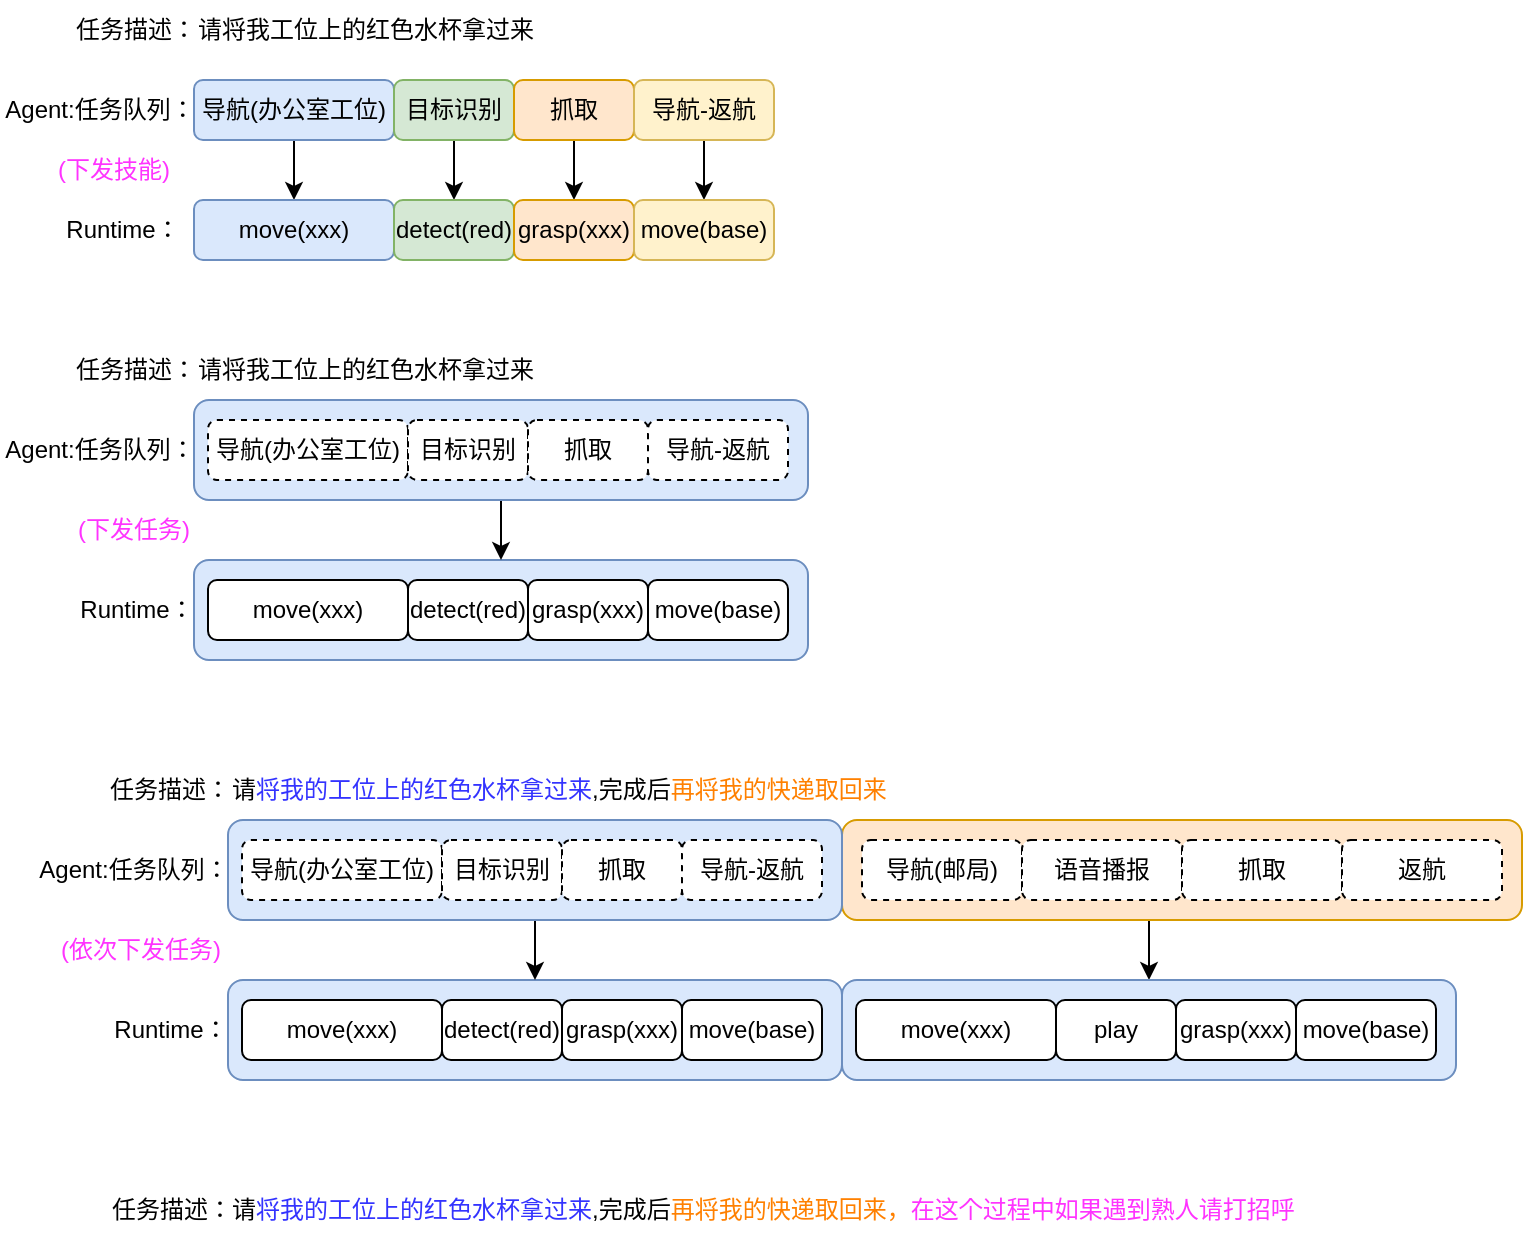
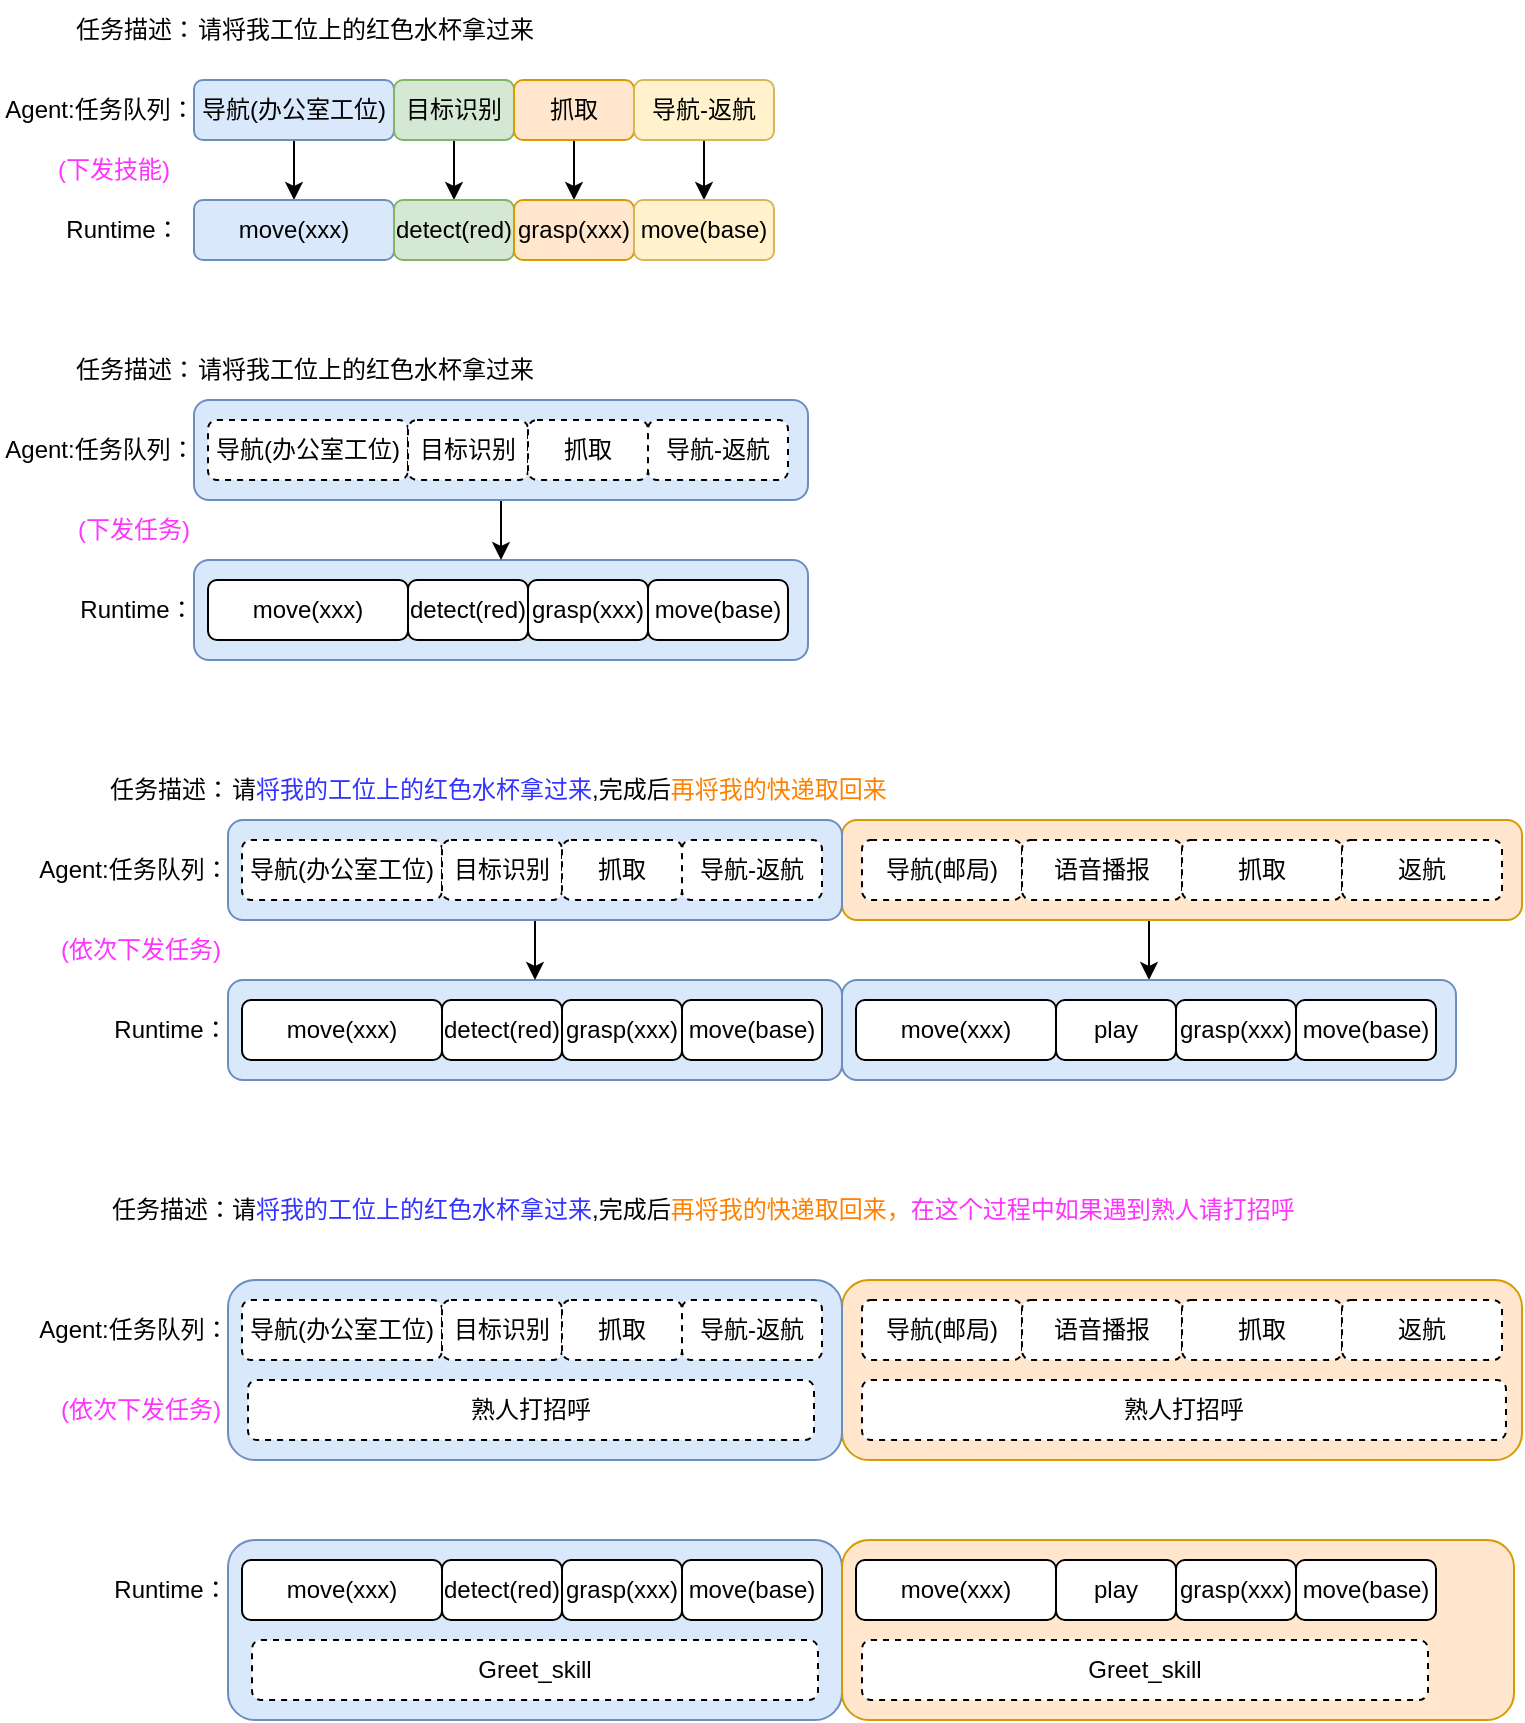
<mxfile host="app.diagrams.net">
  <diagram name="第 1 页" id="AqDmRzZVIJ-5uyctXJOA">
    <mxGraphModel dx="1120" dy="637" grid="1" gridSize="10" guides="1" tooltips="1" connect="1" arrows="1" fold="1" page="1" pageScale="1" pageWidth="2339" pageHeight="3300" math="0" shadow="0">
      <root>
        <mxCell id="0" />
        <mxCell id="1" parent="0" />
        <mxCell id="TX6EBbOIm9mCNyf-wsjQ-69" edge="1" parent="1" source="TX6EBbOIm9mCNyf-wsjQ-63" style="edgeStyle=orthogonalEdgeStyle;rounded=0;orthogonalLoop=1;jettySize=auto;html=1;exitX=0.5;exitY=1;exitDx=0;exitDy=0;entryX=0.5;entryY=0;entryDx=0;entryDy=0;" target="TX6EBbOIm9mCNyf-wsjQ-64">
          <mxGeometry relative="1" as="geometry" />
        </mxCell>
        <mxCell id="TX6EBbOIm9mCNyf-wsjQ-63" parent="1" style="rounded=1;whiteSpace=wrap;html=1;fillColor=#ffe6cc;strokeColor=#d79b00;" value="" vertex="1">
          <mxGeometry height="50" width="340" x="444" y="740" as="geometry" />
        </mxCell>
        <mxCell id="TX6EBbOIm9mCNyf-wsjQ-37" parent="1" style="rounded=1;whiteSpace=wrap;html=1;fillColor=#dae8fc;strokeColor=#6c8ebf;" value="" vertex="1">
          <mxGeometry height="50" width="307" x="120" y="610" as="geometry" />
        </mxCell>
        <mxCell id="TX6EBbOIm9mCNyf-wsjQ-38" edge="1" parent="1" source="TX6EBbOIm9mCNyf-wsjQ-36" style="edgeStyle=orthogonalEdgeStyle;rounded=0;orthogonalLoop=1;jettySize=auto;html=1;exitX=0.5;exitY=1;exitDx=0;exitDy=0;entryX=0.5;entryY=0;entryDx=0;entryDy=0;" target="TX6EBbOIm9mCNyf-wsjQ-37">
          <mxGeometry relative="1" as="geometry" />
        </mxCell>
        <mxCell id="TX6EBbOIm9mCNyf-wsjQ-36" parent="1" style="rounded=1;whiteSpace=wrap;html=1;fillColor=#dae8fc;strokeColor=#6c8ebf;" value="" vertex="1">
          <mxGeometry height="50" width="307" x="120" y="530" as="geometry" />
        </mxCell>
        <mxCell id="TX6EBbOIm9mCNyf-wsjQ-15" edge="1" parent="1" source="TX6EBbOIm9mCNyf-wsjQ-1" style="edgeStyle=orthogonalEdgeStyle;rounded=0;orthogonalLoop=1;jettySize=auto;html=1;exitX=0.5;exitY=1;exitDx=0;exitDy=0;entryX=0.5;entryY=0;entryDx=0;entryDy=0;" target="TX6EBbOIm9mCNyf-wsjQ-11">
          <mxGeometry relative="1" as="geometry" />
        </mxCell>
        <mxCell id="TX6EBbOIm9mCNyf-wsjQ-1" parent="1" style="rounded=1;whiteSpace=wrap;html=1;fillColor=#dae8fc;strokeColor=#6c8ebf;" value="导航(办公室工位)" vertex="1">
          <mxGeometry height="30" width="100" x="120" y="370" as="geometry" />
        </mxCell>
        <mxCell id="TX6EBbOIm9mCNyf-wsjQ-2" parent="1" style="text;html=1;whiteSpace=wrap;strokeColor=none;fillColor=none;align=center;verticalAlign=middle;rounded=0;" value="Agent:任务队列：" vertex="1">
          <mxGeometry height="30" width="100" x="23" y="370" as="geometry" />
        </mxCell>
        <mxCell id="TX6EBbOIm9mCNyf-wsjQ-3" parent="1" style="text;html=1;whiteSpace=wrap;strokeColor=none;fillColor=none;align=center;verticalAlign=middle;rounded=0;" value="任务描述：" vertex="1">
          <mxGeometry height="30" width="70" x="56" y="330" as="geometry" />
        </mxCell>
        <mxCell id="TX6EBbOIm9mCNyf-wsjQ-4" parent="1" style="text;html=1;whiteSpace=wrap;strokeColor=none;fillColor=none;align=left;verticalAlign=middle;rounded=0;" value="请将我工位上的红色水杯拿过来" vertex="1">
          <mxGeometry height="30" width="220" x="120" y="330" as="geometry" />
        </mxCell>
        <mxCell id="TX6EBbOIm9mCNyf-wsjQ-16" edge="1" parent="1" source="TX6EBbOIm9mCNyf-wsjQ-5" style="edgeStyle=orthogonalEdgeStyle;rounded=0;orthogonalLoop=1;jettySize=auto;html=1;exitX=0.5;exitY=1;exitDx=0;exitDy=0;entryX=0.5;entryY=0;entryDx=0;entryDy=0;" target="TX6EBbOIm9mCNyf-wsjQ-12">
          <mxGeometry relative="1" as="geometry" />
        </mxCell>
        <mxCell id="TX6EBbOIm9mCNyf-wsjQ-5" parent="1" style="rounded=1;whiteSpace=wrap;html=1;fillColor=#d5e8d4;strokeColor=#82b366;" value="目标识别" vertex="1">
          <mxGeometry height="30" width="60" x="220" y="370" as="geometry" />
        </mxCell>
        <mxCell id="TX6EBbOIm9mCNyf-wsjQ-17" edge="1" parent="1" source="TX6EBbOIm9mCNyf-wsjQ-6" style="edgeStyle=orthogonalEdgeStyle;rounded=0;orthogonalLoop=1;jettySize=auto;html=1;exitX=0.5;exitY=1;exitDx=0;exitDy=0;entryX=0.5;entryY=0;entryDx=0;entryDy=0;" target="TX6EBbOIm9mCNyf-wsjQ-13">
          <mxGeometry relative="1" as="geometry" />
        </mxCell>
        <mxCell id="TX6EBbOIm9mCNyf-wsjQ-6" parent="1" style="rounded=1;whiteSpace=wrap;html=1;fillColor=#ffe6cc;strokeColor=#d79b00;" value="抓取" vertex="1">
          <mxGeometry height="30" width="60" x="280" y="370" as="geometry" />
        </mxCell>
        <mxCell id="TX6EBbOIm9mCNyf-wsjQ-18" edge="1" parent="1" source="TX6EBbOIm9mCNyf-wsjQ-7" style="edgeStyle=orthogonalEdgeStyle;rounded=0;orthogonalLoop=1;jettySize=auto;html=1;exitX=0.5;exitY=1;exitDx=0;exitDy=0;entryX=0.5;entryY=0;entryDx=0;entryDy=0;" target="TX6EBbOIm9mCNyf-wsjQ-14">
          <mxGeometry relative="1" as="geometry" />
        </mxCell>
        <mxCell id="TX6EBbOIm9mCNyf-wsjQ-7" parent="1" style="rounded=1;whiteSpace=wrap;html=1;fillColor=#fff2cc;strokeColor=#d6b656;" value="导航-返航" vertex="1">
          <mxGeometry height="30" width="70" x="340" y="370" as="geometry" />
        </mxCell>
        <mxCell id="TX6EBbOIm9mCNyf-wsjQ-8" parent="1" style="text;html=1;whiteSpace=wrap;strokeColor=none;fillColor=none;align=center;verticalAlign=middle;rounded=0;" value="Runtime：" vertex="1">
          <mxGeometry height="30" width="57" x="56" y="430" as="geometry" />
        </mxCell>
        <mxCell id="TX6EBbOIm9mCNyf-wsjQ-11" parent="1" style="rounded=1;whiteSpace=wrap;html=1;fillColor=#dae8fc;strokeColor=#6c8ebf;" value="move(xxx)" vertex="1">
          <mxGeometry height="30" width="100" x="120" y="430" as="geometry" />
        </mxCell>
        <mxCell id="TX6EBbOIm9mCNyf-wsjQ-12" parent="1" style="rounded=1;whiteSpace=wrap;html=1;fillColor=#d5e8d4;strokeColor=#82b366;" value="detect(red)" vertex="1">
          <mxGeometry height="30" width="60" x="220" y="430" as="geometry" />
        </mxCell>
        <mxCell id="TX6EBbOIm9mCNyf-wsjQ-13" parent="1" style="rounded=1;whiteSpace=wrap;html=1;fillColor=#ffe6cc;strokeColor=#d79b00;" value="grasp(xxx)" vertex="1">
          <mxGeometry height="30" width="60" x="280" y="430" as="geometry" />
        </mxCell>
        <mxCell id="TX6EBbOIm9mCNyf-wsjQ-14" parent="1" style="rounded=1;whiteSpace=wrap;html=1;fillColor=#fff2cc;strokeColor=#d6b656;" value="move(base)" vertex="1">
          <mxGeometry height="30" width="70" x="340" y="430" as="geometry" />
        </mxCell>
        <mxCell id="TX6EBbOIm9mCNyf-wsjQ-19" parent="1" style="text;html=1;whiteSpace=wrap;strokeColor=none;fillColor=none;align=left;verticalAlign=middle;rounded=0;" value="请将我工位上的红色水杯拿过来" vertex="1">
          <mxGeometry height="30" width="220" x="120" y="500" as="geometry" />
        </mxCell>
        <mxCell id="TX6EBbOIm9mCNyf-wsjQ-20" parent="1" style="text;html=1;whiteSpace=wrap;strokeColor=none;fillColor=none;align=center;verticalAlign=middle;rounded=0;" value="任务描述：" vertex="1">
          <mxGeometry height="30" width="70" x="56" y="500" as="geometry" />
        </mxCell>
        <mxCell id="TX6EBbOIm9mCNyf-wsjQ-22" parent="1" style="rounded=1;whiteSpace=wrap;html=1;dashed=1;" value="导航(办公室工位)" vertex="1">
          <mxGeometry height="30" width="100" x="127" y="540" as="geometry" />
        </mxCell>
        <mxCell id="TX6EBbOIm9mCNyf-wsjQ-23" parent="1" style="text;html=1;whiteSpace=wrap;strokeColor=none;fillColor=none;align=center;verticalAlign=middle;rounded=0;" value="Agent:任务队列：" vertex="1">
          <mxGeometry height="30" width="100" x="23" y="540" as="geometry" />
        </mxCell>
        <mxCell id="TX6EBbOIm9mCNyf-wsjQ-25" parent="1" style="rounded=1;whiteSpace=wrap;html=1;dashed=1;" value="目标识别" vertex="1">
          <mxGeometry height="30" width="60" x="227" y="540" as="geometry" />
        </mxCell>
        <mxCell id="TX6EBbOIm9mCNyf-wsjQ-27" parent="1" style="rounded=1;whiteSpace=wrap;html=1;dashed=1;" value="抓取" vertex="1">
          <mxGeometry height="30" width="60" x="287" y="540" as="geometry" />
        </mxCell>
        <mxCell id="TX6EBbOIm9mCNyf-wsjQ-29" parent="1" style="rounded=1;whiteSpace=wrap;html=1;dashed=1;" value="导航-返航" vertex="1">
          <mxGeometry height="30" width="70" x="347" y="540" as="geometry" />
        </mxCell>
        <mxCell id="TX6EBbOIm9mCNyf-wsjQ-30" parent="1" style="text;html=1;whiteSpace=wrap;strokeColor=none;fillColor=none;align=center;verticalAlign=middle;rounded=0;" value="Runtime：" vertex="1">
          <mxGeometry height="30" width="57" x="62.5" y="620" as="geometry" />
        </mxCell>
        <mxCell id="TX6EBbOIm9mCNyf-wsjQ-31" parent="1" style="rounded=1;whiteSpace=wrap;html=1;" value="move(xxx)" vertex="1">
          <mxGeometry height="30" width="100" x="127" y="620" as="geometry" />
        </mxCell>
        <mxCell id="TX6EBbOIm9mCNyf-wsjQ-32" parent="1" style="rounded=1;whiteSpace=wrap;html=1;" value="detect(red)" vertex="1">
          <mxGeometry height="30" width="60" x="227" y="620" as="geometry" />
        </mxCell>
        <mxCell id="TX6EBbOIm9mCNyf-wsjQ-33" parent="1" style="rounded=1;whiteSpace=wrap;html=1;" value="grasp(xxx)" vertex="1">
          <mxGeometry height="30" width="60" x="287" y="620" as="geometry" />
        </mxCell>
        <mxCell id="TX6EBbOIm9mCNyf-wsjQ-34" parent="1" style="rounded=1;whiteSpace=wrap;html=1;" value="move(base)" vertex="1">
          <mxGeometry height="30" width="70" x="347" y="620" as="geometry" />
        </mxCell>
        <mxCell id="TX6EBbOIm9mCNyf-wsjQ-35" parent="1" style="text;html=1;whiteSpace=wrap;strokeColor=none;fillColor=none;align=center;verticalAlign=middle;rounded=0;fontColor=#FF33FF;" value="(下发技能)" vertex="1">
          <mxGeometry height="30" width="60" x="50" y="400" as="geometry" />
        </mxCell>
        <mxCell id="TX6EBbOIm9mCNyf-wsjQ-39" parent="1" style="text;html=1;whiteSpace=wrap;strokeColor=none;fillColor=none;align=center;verticalAlign=middle;rounded=0;fontColor=#FF33FF;" value="(下发任务)" vertex="1">
          <mxGeometry height="30" width="60" x="59.5" y="580" as="geometry" />
        </mxCell>
        <mxCell id="TX6EBbOIm9mCNyf-wsjQ-40" parent="1" style="rounded=1;whiteSpace=wrap;html=1;fillColor=#dae8fc;strokeColor=#6c8ebf;" value="" vertex="1">
          <mxGeometry height="50" width="307" x="137" y="820" as="geometry" />
        </mxCell>
        <mxCell id="TX6EBbOIm9mCNyf-wsjQ-41" edge="1" parent="1" source="TX6EBbOIm9mCNyf-wsjQ-42" style="edgeStyle=orthogonalEdgeStyle;rounded=0;orthogonalLoop=1;jettySize=auto;html=1;exitX=0.5;exitY=1;exitDx=0;exitDy=0;entryX=0.5;entryY=0;entryDx=0;entryDy=0;" target="TX6EBbOIm9mCNyf-wsjQ-40">
          <mxGeometry relative="1" as="geometry" />
        </mxCell>
        <mxCell id="TX6EBbOIm9mCNyf-wsjQ-42" parent="1" style="rounded=1;whiteSpace=wrap;html=1;fillColor=#dae8fc;strokeColor=#6c8ebf;" value="" vertex="1">
          <mxGeometry height="50" width="307" x="137" y="740" as="geometry" />
        </mxCell>
        <mxCell id="TX6EBbOIm9mCNyf-wsjQ-43" parent="1" style="text;html=1;whiteSpace=wrap;strokeColor=none;fillColor=none;align=left;verticalAlign=middle;rounded=0;" value="请&lt;font style=&quot;color: rgb(51, 51, 255);&quot;&gt;将我的工位上的红色水杯拿过来&lt;/font&gt;,完成后&lt;font style=&quot;color: rgb(255, 128, 0);&quot;&gt;再将我的快递取回来&lt;/font&gt;" vertex="1">
          <mxGeometry height="30" width="373" x="137" y="710" as="geometry" />
        </mxCell>
        <mxCell id="TX6EBbOIm9mCNyf-wsjQ-44" parent="1" style="text;html=1;whiteSpace=wrap;strokeColor=none;fillColor=none;align=center;verticalAlign=middle;rounded=0;" value="任务描述：" vertex="1">
          <mxGeometry height="30" width="70" x="73" y="710" as="geometry" />
        </mxCell>
        <mxCell id="TX6EBbOIm9mCNyf-wsjQ-45" parent="1" style="rounded=1;whiteSpace=wrap;html=1;dashed=1;" value="导航(办公室工位)" vertex="1">
          <mxGeometry height="30" width="100" x="144" y="750" as="geometry" />
        </mxCell>
        <mxCell id="TX6EBbOIm9mCNyf-wsjQ-46" parent="1" style="text;html=1;whiteSpace=wrap;strokeColor=none;fillColor=none;align=center;verticalAlign=middle;rounded=0;" value="Agent:任务队列：" vertex="1">
          <mxGeometry height="30" width="100" x="40" y="750" as="geometry" />
        </mxCell>
        <mxCell id="TX6EBbOIm9mCNyf-wsjQ-47" parent="1" style="rounded=1;whiteSpace=wrap;html=1;dashed=1;" value="目标识别" vertex="1">
          <mxGeometry height="30" width="60" x="244" y="750" as="geometry" />
        </mxCell>
        <mxCell id="TX6EBbOIm9mCNyf-wsjQ-48" parent="1" style="rounded=1;whiteSpace=wrap;html=1;dashed=1;" value="抓取" vertex="1">
          <mxGeometry height="30" width="60" x="304" y="750" as="geometry" />
        </mxCell>
        <mxCell id="TX6EBbOIm9mCNyf-wsjQ-49" parent="1" style="rounded=1;whiteSpace=wrap;html=1;dashed=1;" value="导航-返航" vertex="1">
          <mxGeometry height="30" width="70" x="364" y="750" as="geometry" />
        </mxCell>
        <mxCell id="TX6EBbOIm9mCNyf-wsjQ-50" parent="1" style="text;html=1;whiteSpace=wrap;strokeColor=none;fillColor=none;align=center;verticalAlign=middle;rounded=0;" value="Runtime：" vertex="1">
          <mxGeometry height="30" width="57" x="79.5" y="830" as="geometry" />
        </mxCell>
        <mxCell id="TX6EBbOIm9mCNyf-wsjQ-51" parent="1" style="rounded=1;whiteSpace=wrap;html=1;" value="move(xxx)" vertex="1">
          <mxGeometry height="30" width="100" x="144" y="830" as="geometry" />
        </mxCell>
        <mxCell id="TX6EBbOIm9mCNyf-wsjQ-52" parent="1" style="rounded=1;whiteSpace=wrap;html=1;" value="detect(red)" vertex="1">
          <mxGeometry height="30" width="60" x="244" y="830" as="geometry" />
        </mxCell>
        <mxCell id="TX6EBbOIm9mCNyf-wsjQ-53" parent="1" style="rounded=1;whiteSpace=wrap;html=1;" value="grasp(xxx)" vertex="1">
          <mxGeometry height="30" width="60" x="304" y="830" as="geometry" />
        </mxCell>
        <mxCell id="TX6EBbOIm9mCNyf-wsjQ-54" parent="1" style="rounded=1;whiteSpace=wrap;html=1;" value="move(base)" vertex="1">
          <mxGeometry height="30" width="70" x="364" y="830" as="geometry" />
        </mxCell>
        <mxCell id="TX6EBbOIm9mCNyf-wsjQ-55" parent="1" style="text;html=1;whiteSpace=wrap;strokeColor=none;fillColor=none;align=center;verticalAlign=middle;rounded=0;fontColor=#FF33FF;" value="(依次下发任务)" vertex="1">
          <mxGeometry height="30" width="86.5" x="50" y="790" as="geometry" />
        </mxCell>
        <mxCell id="TX6EBbOIm9mCNyf-wsjQ-56" parent="1" style="rounded=1;whiteSpace=wrap;html=1;dashed=1;" value="导航(邮局)" vertex="1">
          <mxGeometry height="30" width="80" x="454" y="750" as="geometry" />
        </mxCell>
        <mxCell id="TX6EBbOIm9mCNyf-wsjQ-60" parent="1" style="rounded=1;whiteSpace=wrap;html=1;dashed=1;" value="语音播报" vertex="1">
          <mxGeometry height="30" width="80" x="534" y="750" as="geometry" />
        </mxCell>
        <mxCell id="TX6EBbOIm9mCNyf-wsjQ-61" parent="1" style="rounded=1;whiteSpace=wrap;html=1;dashed=1;" value="抓取" vertex="1">
          <mxGeometry height="30" width="80" x="614" y="750" as="geometry" />
        </mxCell>
        <mxCell id="TX6EBbOIm9mCNyf-wsjQ-62" parent="1" style="rounded=1;whiteSpace=wrap;html=1;dashed=1;" value="返航" vertex="1">
          <mxGeometry height="30" width="80" x="694" y="750" as="geometry" />
        </mxCell>
        <mxCell id="TX6EBbOIm9mCNyf-wsjQ-64" parent="1" style="rounded=1;whiteSpace=wrap;html=1;fillColor=#dae8fc;strokeColor=#6c8ebf;" value="" vertex="1">
          <mxGeometry height="50" width="307" x="444" y="820" as="geometry" />
        </mxCell>
        <mxCell id="TX6EBbOIm9mCNyf-wsjQ-65" parent="1" style="rounded=1;whiteSpace=wrap;html=1;" value="move(xxx)" vertex="1">
          <mxGeometry height="30" width="100" x="451" y="830" as="geometry" />
        </mxCell>
        <mxCell id="TX6EBbOIm9mCNyf-wsjQ-66" parent="1" style="rounded=1;whiteSpace=wrap;html=1;" value="play" vertex="1">
          <mxGeometry height="30" width="60" x="551" y="830" as="geometry" />
        </mxCell>
        <mxCell id="TX6EBbOIm9mCNyf-wsjQ-67" parent="1" style="rounded=1;whiteSpace=wrap;html=1;" value="grasp(xxx)" vertex="1">
          <mxGeometry height="30" width="60" x="611" y="830" as="geometry" />
        </mxCell>
        <mxCell id="TX6EBbOIm9mCNyf-wsjQ-68" parent="1" style="rounded=1;whiteSpace=wrap;html=1;" value="move(base)" vertex="1">
          <mxGeometry height="30" width="70" x="671" y="830" as="geometry" />
        </mxCell>
        <mxCell id="TX6EBbOIm9mCNyf-wsjQ-70" parent="1" style="text;html=1;whiteSpace=wrap;strokeColor=none;fillColor=none;align=left;verticalAlign=middle;rounded=0;" value="请&lt;font style=&quot;color: rgb(51, 51, 255);&quot;&gt;将我的工位上的红色水杯拿过来&lt;/font&gt;,完成后&lt;font style=&quot;color: rgb(255, 128, 0);&quot;&gt;再将我的快递取回来，&lt;/font&gt;&lt;font style=&quot;color: rgb(255, 51, 255);&quot;&gt;在这个过程中如果遇到熟人请打招呼&lt;/font&gt;" vertex="1">
          <mxGeometry height="30" width="583" x="137" y="920" as="geometry" />
        </mxCell>
        <mxCell id="TX6EBbOIm9mCNyf-wsjQ-71" parent="1" style="text;html=1;whiteSpace=wrap;strokeColor=none;fillColor=none;align=center;verticalAlign=middle;rounded=0;" value="任务描述：" vertex="1">
          <mxGeometry height="30" width="70" x="74" y="920" as="geometry" />
        </mxCell>
+         <mxCell id="TX6EBbOIm9mCNyf-wsjQ-73" parent="1" style="rounded=1;whiteSpace=wrap;html=1;fillColor=#ffe6cc;strokeColor=#d79b00;" value="" vertex="1">
+           <mxGeometry height="90" width="340" x="444" y="970" as="geometry" />
+         </mxCell>
+         <mxCell id="TX6EBbOIm9mCNyf-wsjQ-74" parent="1" style="rounded=1;whiteSpace=wrap;html=1;fillColor=#dae8fc;strokeColor=#6c8ebf;" value="" vertex="1">
+           <mxGeometry height="90" width="307" x="137" y="1100" as="geometry" />
+         </mxCell>
+         <mxCell id="TX6EBbOIm9mCNyf-wsjQ-76" parent="1" style="rounded=1;whiteSpace=wrap;html=1;fillColor=#dae8fc;strokeColor=#6c8ebf;" value="" vertex="1">
+           <mxGeometry height="90" width="307" x="137" y="970" as="geometry" />
+         </mxCell>
+         <mxCell id="TX6EBbOIm9mCNyf-wsjQ-79" parent="1" style="rounded=1;whiteSpace=wrap;html=1;dashed=1;" value="导航(办公室工位)" vertex="1">
+           <mxGeometry height="30" width="100" x="144" y="980" as="geometry" />
+         </mxCell>
+         <mxCell id="TX6EBbOIm9mCNyf-wsjQ-80" parent="1" style="text;html=1;whiteSpace=wrap;strokeColor=none;fillColor=none;align=center;verticalAlign=middle;rounded=0;" value="Agent:任务队列：" vertex="1">
+           <mxGeometry height="30" width="100" x="40" y="980" as="geometry" />
+         </mxCell>
+         <mxCell id="TX6EBbOIm9mCNyf-wsjQ-81" parent="1" style="rounded=1;whiteSpace=wrap;html=1;dashed=1;" value="目标识别" vertex="1">
+           <mxGeometry height="30" width="60" x="244" y="980" as="geometry" />
+         </mxCell>
+         <mxCell id="TX6EBbOIm9mCNyf-wsjQ-82" parent="1" style="rounded=1;whiteSpace=wrap;html=1;dashed=1;" value="抓取" vertex="1">
+           <mxGeometry height="30" width="60" x="304" y="980" as="geometry" />
+         </mxCell>
+         <mxCell id="TX6EBbOIm9mCNyf-wsjQ-83" parent="1" style="rounded=1;whiteSpace=wrap;html=1;dashed=1;" value="导航-返航" vertex="1">
+           <mxGeometry height="30" width="70" x="364" y="980" as="geometry" />
+         </mxCell>
+         <mxCell id="TX6EBbOIm9mCNyf-wsjQ-84" parent="1" style="text;html=1;whiteSpace=wrap;strokeColor=none;fillColor=none;align=center;verticalAlign=middle;rounded=0;" value="Runtime：" vertex="1">
+           <mxGeometry height="30" width="57" x="79.5" y="1110" as="geometry" />
+         </mxCell>
+         <mxCell id="TX6EBbOIm9mCNyf-wsjQ-85" parent="1" style="rounded=1;whiteSpace=wrap;html=1;" value="move(xxx)" vertex="1">
+           <mxGeometry height="30" width="100" x="144" y="1110" as="geometry" />
+         </mxCell>
+         <mxCell id="TX6EBbOIm9mCNyf-wsjQ-86" parent="1" style="rounded=1;whiteSpace=wrap;html=1;" value="detect(red)" vertex="1">
+           <mxGeometry height="30" width="60" x="244" y="1110" as="geometry" />
+         </mxCell>
+         <mxCell id="TX6EBbOIm9mCNyf-wsjQ-87" parent="1" style="rounded=1;whiteSpace=wrap;html=1;" value="grasp(xxx)" vertex="1">
+           <mxGeometry height="30" width="60" x="304" y="1110" as="geometry" />
+         </mxCell>
+         <mxCell id="TX6EBbOIm9mCNyf-wsjQ-88" parent="1" style="rounded=1;whiteSpace=wrap;html=1;" value="move(base)" vertex="1">
+           <mxGeometry height="30" width="70" x="364" y="1110" as="geometry" />
+         </mxCell>
+         <mxCell id="TX6EBbOIm9mCNyf-wsjQ-89" parent="1" style="text;html=1;whiteSpace=wrap;strokeColor=none;fillColor=none;align=center;verticalAlign=middle;rounded=0;fontColor=#FF33FF;" value="(依次下发任务)" vertex="1">
+           <mxGeometry height="30" width="86.5" x="50" y="1020" as="geometry" />
+         </mxCell>
+         <mxCell id="TX6EBbOIm9mCNyf-wsjQ-90" parent="1" style="rounded=1;whiteSpace=wrap;html=1;dashed=1;" value="导航(邮局)" vertex="1">
+           <mxGeometry height="30" width="80" x="454" y="980" as="geometry" />
+         </mxCell>
+         <mxCell id="TX6EBbOIm9mCNyf-wsjQ-91" parent="1" style="rounded=1;whiteSpace=wrap;html=1;dashed=1;" value="语音播报" vertex="1">
+           <mxGeometry height="30" width="80" x="534" y="980" as="geometry" />
+         </mxCell>
+         <mxCell id="TX6EBbOIm9mCNyf-wsjQ-92" parent="1" style="rounded=1;whiteSpace=wrap;html=1;dashed=1;" value="抓取" vertex="1">
+           <mxGeometry height="30" width="80" x="614" y="980" as="geometry" />
+         </mxCell>
+         <mxCell id="TX6EBbOIm9mCNyf-wsjQ-93" parent="1" style="rounded=1;whiteSpace=wrap;html=1;dashed=1;" value="返航" vertex="1">
+           <mxGeometry height="30" width="80" x="694" y="980" as="geometry" />
+         </mxCell>
+         <mxCell id="TX6EBbOIm9mCNyf-wsjQ-94" parent="1" style="rounded=1;whiteSpace=wrap;html=1;fillColor=#ffe6cc;strokeColor=#d79b00;" value="" vertex="1">
+           <mxGeometry height="90" width="336" x="444" y="1100" as="geometry" />
+         </mxCell>
+         <mxCell id="TX6EBbOIm9mCNyf-wsjQ-95" parent="1" style="rounded=1;whiteSpace=wrap;html=1;" value="move(xxx)" vertex="1">
+           <mxGeometry height="30" width="100" x="451" y="1110" as="geometry" />
+         </mxCell>
+         <mxCell id="TX6EBbOIm9mCNyf-wsjQ-96" parent="1" style="rounded=1;whiteSpace=wrap;html=1;" value="play" vertex="1">
+           <mxGeometry height="30" width="60" x="551" y="1110" as="geometry" />
+         </mxCell>
+         <mxCell id="TX6EBbOIm9mCNyf-wsjQ-97" parent="1" style="rounded=1;whiteSpace=wrap;html=1;" value="grasp(xxx)" vertex="1">
+           <mxGeometry height="30" width="60" x="611" y="1110" as="geometry" />
+         </mxCell>
+         <mxCell id="TX6EBbOIm9mCNyf-wsjQ-98" parent="1" style="rounded=1;whiteSpace=wrap;html=1;" value="move(base)" vertex="1">
+           <mxGeometry height="30" width="70" x="671" y="1110" as="geometry" />
+         </mxCell>
+         <mxCell id="TX6EBbOIm9mCNyf-wsjQ-99" parent="1" style="rounded=1;whiteSpace=wrap;html=1;dashed=1;" value="熟人打招呼" vertex="1">
+           <mxGeometry height="30" width="283" x="147" y="1020" as="geometry" />
+         </mxCell>
+         <mxCell id="TX6EBbOIm9mCNyf-wsjQ-100" parent="1" style="rounded=1;whiteSpace=wrap;html=1;dashed=1;" value="熟人打招呼" vertex="1">
+           <mxGeometry height="30" width="322" x="454" y="1020" as="geometry" />
+         </mxCell>
+         <mxCell id="TX6EBbOIm9mCNyf-wsjQ-101" parent="1" style="rounded=1;whiteSpace=wrap;html=1;dashed=1;" value="Greet_skill" vertex="1">
+           <mxGeometry height="30" width="283" x="149" y="1150" as="geometry" />
+         </mxCell>
+         <mxCell id="TX6EBbOIm9mCNyf-wsjQ-102" parent="1" style="rounded=1;whiteSpace=wrap;html=1;dashed=1;" value="Greet_skill" vertex="1">
+           <mxGeometry height="30" width="283" x="454" y="1150" as="geometry" />
+         </mxCell>
      </root>
    </mxGraphModel>
  </diagram>
</mxfile>
